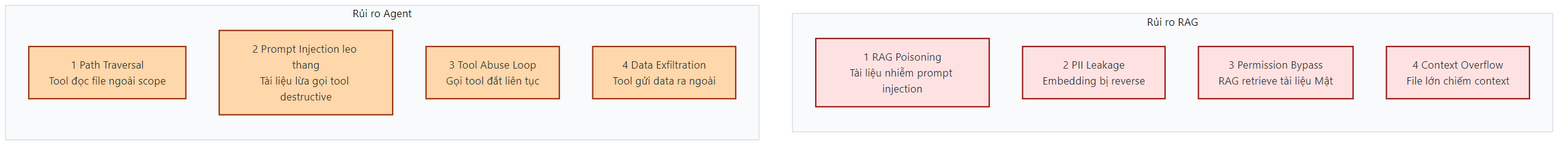
hminhphuc/llm-local-rag-agent-base keeps this Mermaid diagram as docs/diagrams/08_security_risks.png. Above is the earlier version. Its source is kept beside it as docs/diagrams/08_security_risks.mmd. Its diagram source:
```mermaid
%%{init: {'theme':'base', 'themeVariables': {'fontFamily':'Segoe UI, Arial', 'clusterBkg':'#f8fafc', 'clusterBorder':'#cbd5e1'}}}%%
flowchart TB
    subgraph RAG["Rủi ro RAG"]
        direction TB
        R1["1 RAG Poisoning<br/>Tài liệu nhiễm prompt injection"]
        R2["2 PII Leakage<br/>Embedding bị reverse"]
        R3["3 Permission Bypass<br/>RAG retrieve tài liệu Mật"]
        R4["4 Context Overflow<br/>File lớn chiếm context"]
    end

    subgraph Agent["Rủi ro Agent"]
        direction TB
        A1["1 Path Traversal<br/>Tool đọc file ngoài scope"]
        A2["2 Prompt Injection leo thang<br/>Tài liệu lừa gọi tool destructive"]
        A3["3 Tool Abuse Loop<br/>Gọi tool đắt liên tục"]
        A4["4 Data Exfiltration<br/>Tool gửi data ra ngoài"]
    end

    classDef ragClass fill:#fee2e2,stroke:#991b1b,stroke-width:2px
    classDef agentClass fill:#fed7aa,stroke:#9a3412,stroke-width:2px

    class R1,R2,R3,R4 ragClass
    class A1,A2,A3,A4 agentClass
```
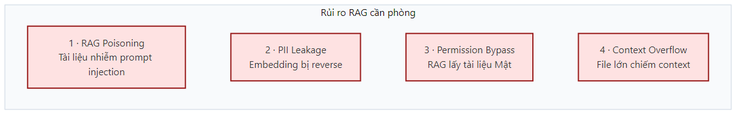
Later version of the same file.

The edit, as a diff of the source:
```diff
@@ -1,23 +1,13 @@
 %%{init: {'theme':'base', 'themeVariables': {'fontFamily':'Segoe UI, Arial', 'clusterBkg':'#f8fafc', 'clusterBorder':'#cbd5e1'}}}%%
-flowchart TB
-    subgraph RAG["Rủi ro RAG"]
-        direction TB
-        R1["1 RAG Poisoning<br/>Tài liệu nhiễm prompt injection"]
-        R2["2 PII Leakage<br/>Embedding bị reverse"]
-        R3["3 Permission Bypass<br/>RAG retrieve tài liệu Mật"]
-        R4["4 Context Overflow<br/>File lớn chiếm context"]
-    end
-
-    subgraph Agent["Rủi ro Agent"]
-        direction TB
-        A1["1 Path Traversal<br/>Tool đọc file ngoài scope"]
-        A2["2 Prompt Injection leo thang<br/>Tài liệu lừa gọi tool destructive"]
-        A3["3 Tool Abuse Loop<br/>Gọi tool đắt liên tục"]
-        A4["4 Data Exfiltration<br/>Tool gửi data ra ngoài"]
+flowchart LR
+    subgraph RAG["Rủi ro RAG cần phòng"]
+        direction LR
+        R1["1 · RAG Poisoning<br/>Tài liệu nhiễm prompt injection"]
+        R2["2 · PII Leakage<br/>Embedding bị reverse"]
+        R3["3 · Permission Bypass<br/>RAG lấy tài liệu Mật"]
+        R4["4 · Context Overflow<br/>File lớn chiếm context"]
+        R1 ~~~ R2 ~~~ R3 ~~~ R4
     end
 
     classDef ragClass fill:#fee2e2,stroke:#991b1b,stroke-width:2px
-    classDef agentClass fill:#fed7aa,stroke:#9a3412,stroke-width:2px
-
     class R1,R2,R3,R4 ragClass
-    class A1,A2,A3,A4 agentClass
```
